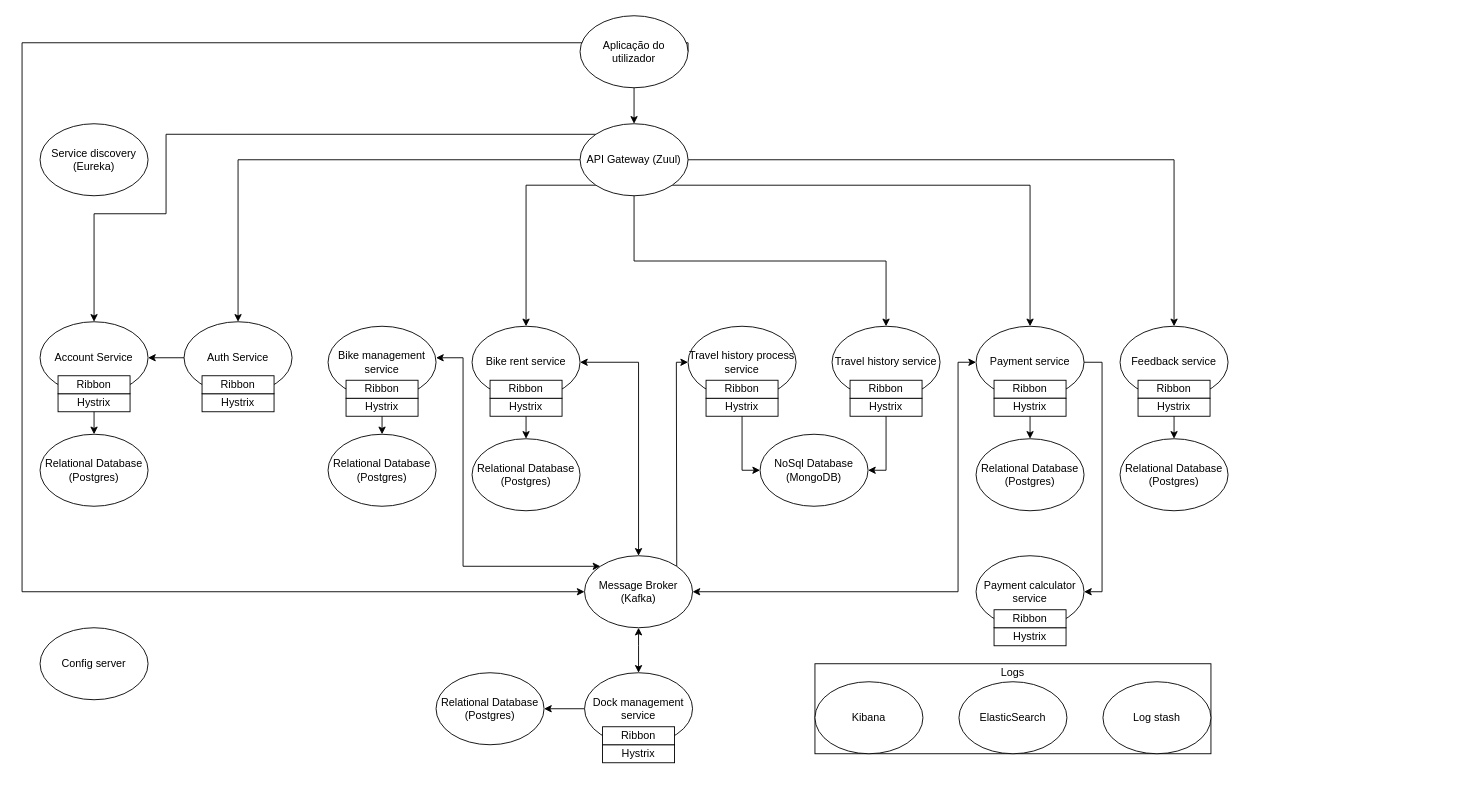
Before: architecture.drawio in danielpinto8zz6/BikeSharing, a draw.io diagram. Source tidied: cells renumbered, new cells numbered last; positions are measured from the earlier drawing's top-left corner, leaving out a move shared by most shapes. Both pictures are drawn from the tidied source at 90%, with x=0, y=0 at pixel (22, 15).
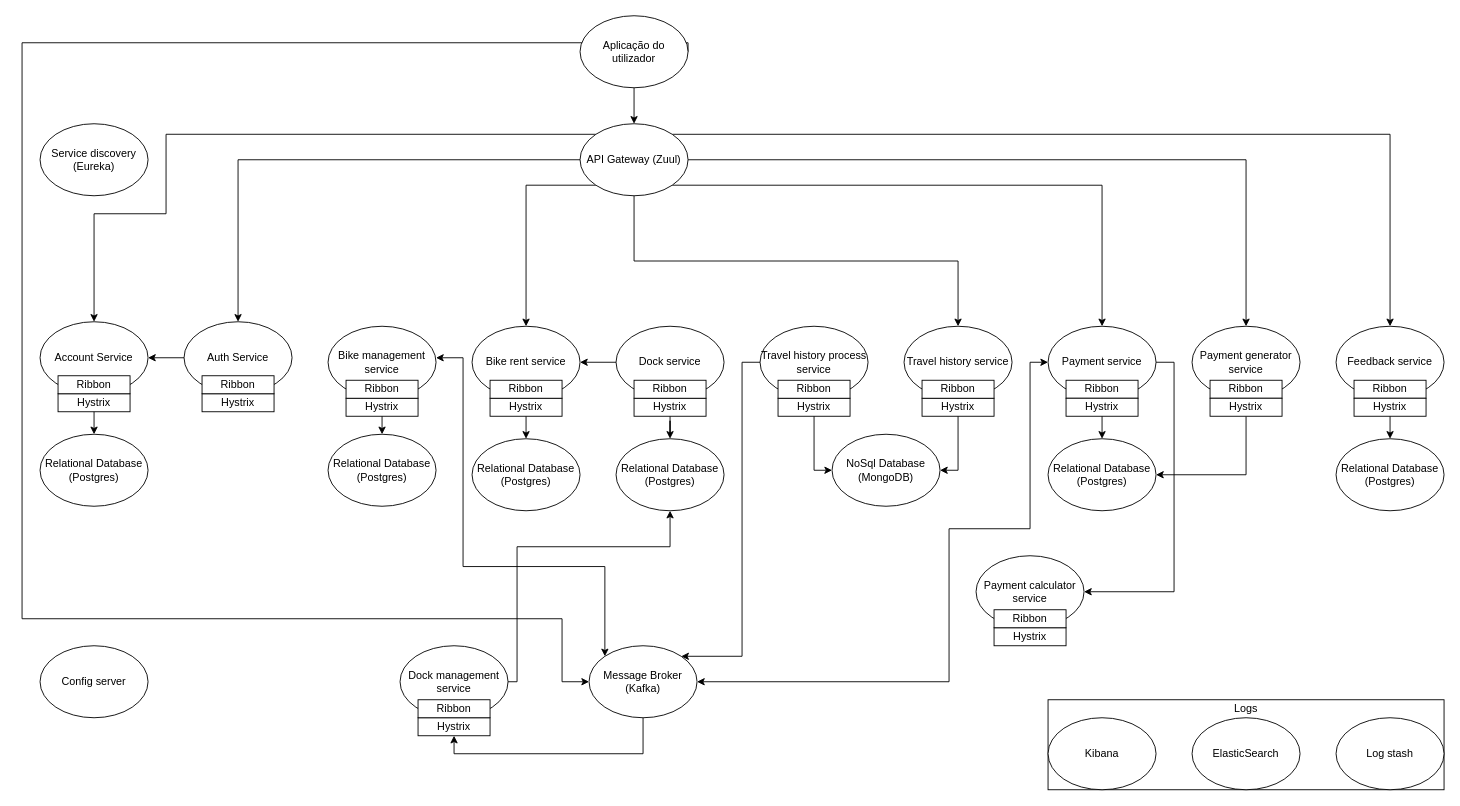
Above is the later version.

Commit message:
update design according to new architecture

Unchanged cells that the change refers to:
```xml
<mxCell id="4" value="Aplicação do utilizador" style="ellipse;whiteSpace=wrap;html=1;" parent="1" vertex="1">
  <mxGeometry x="620" width="120" height="80" as="geometry" />
</mxCell>
<mxCell id="12" value="API Gateway (Zuul)" style="ellipse;whiteSpace=wrap;html=1;" parent="1" vertex="1">
  <mxGeometry x="620" y="120" width="120" height="80" as="geometry" />
</mxCell>
<mxCell id="22" value="Bike rent service" style="ellipse;whiteSpace=wrap;html=1;" parent="1" vertex="1">
  <mxGeometry x="500" y="345" width="120" height="80" as="geometry" />
</mxCell>
<mxCell id="70" value="&lt;div&gt;Dock management service&lt;/div&gt;" style="ellipse;whiteSpace=wrap;html=1;" parent="69" vertex="1">
  <mxGeometry width="120" height="80" as="geometry" />
</mxCell>
<mxCell id="72" value="Hystrix" style="rounded=0;whiteSpace=wrap;html=1;" parent="71" vertex="1">
  <mxGeometry y="20" width="80" height="20" as="geometry" />
</mxCell>
```

Change to the diagram source:
```diff
@@
     <mxCell id="2" style="edgeStyle=orthogonalEdgeStyle;rounded=0;jettySize=auto;html=1;exitX=1;exitY=0.5;exitDx=0;exitDy=0;entryX=0;entryY=0.5;entryDx=0;entryDy=0;" parent="1" edge="1" source="4" target="44">
       <mxGeometry relative="1" as="geometry">
         <Array as="points">
           <mxPoint x="740" y="30" />
           <mxPoint y="30" />
-          <mxPoint y="640" />
+          <mxPoint y="670" />
+          <mxPoint x="600" y="670" />
+          <mxPoint x="600" y="740" />
         </Array>
       </mxGeometry>
     </mxCell>
@@
-    <mxCell id="10" style="edgeStyle=orthogonalEdgeStyle;rounded=0;jettySize=auto;html=1;exitX=1;exitY=0.5;exitDx=0;exitDy=0;" parent="1" edge="1" source="12" target="34">
+    <mxCell id="10" style="edgeStyle=orthogonalEdgeStyle;rounded=0;jettySize=auto;html=1;exitX=1;exitY=0;exitDx=0;exitDy=0;" parent="1" edge="1" source="12" target="34">
       <mxGeometry relative="1" as="geometry" />
     </mxCell>
@@
+    <mxCell id="81" style="edgeStyle=orthogonalEdgeStyle;rounded=0;jettySize=auto;html=1;entryX=0.5;entryY=0;entryDx=0;entryDy=0;" parent="1" edge="1" source="12" target="91">
+      <mxGeometry relative="1" as="geometry" />
+    </mxCell>
@@
     <mxCell id="19" value="Payment service" style="ellipse;whiteSpace=wrap;html=1;" parent="1" vertex="1">
-      <mxGeometry x="1060" y="345" width="120" height="80" as="geometry" />
+      <mxGeometry x="1140" y="345" width="120" height="80" as="geometry" />
     </mxCell>
     <mxCell id="20" value="Relational Database (Postgres)" style="ellipse;whiteSpace=wrap;html=1;" parent="1" vertex="1">
-      <mxGeometry x="1060" y="470" width="120" height="80" as="geometry" />
+      <mxGeometry x="1140" y="470" width="120" height="80" as="geometry" />
     </mxCell>
@@
     <mxCell id="24" style="group;" parent="1" vertex="1">
-      <mxGeometry x="881" y="740" width="440" height="80" as="geometry" />
+      <mxGeometry x="1140" y="780" width="440" height="80" as="geometry" />
     </mxCell>
@@
+    <mxCell id="82" style="edgeStyle=orthogonalEdgeStyle;rounded=0;jettySize=auto;html=1;exitX=0;exitY=0.5;exitDx=0;exitDy=0;entryX=1;entryY=0;entryDx=0;entryDy=0;" parent="1" edge="1" source="31" target="44">
+      <mxGeometry relative="1" as="geometry">
+        <Array as="points">
+          <mxPoint x="800" y="385" />
+          <mxPoint x="800" y="712" />
+        </Array>
+      </mxGeometry>
+    </mxCell>
     <mxCell id="31" value="Travel history process service" style="ellipse;whiteSpace=wrap;html=1;" parent="1" vertex="1">
-      <mxGeometry x="740" y="345" width="120" height="80" as="geometry" />
+      <mxGeometry x="820" y="345" width="120" height="80" as="geometry" />
     </mxCell>
     <mxCell id="32" style="edgeStyle=orthogonalEdgeStyle;rounded=0;jettySize=auto;html=1;" parent="1" edge="1" source="70" target="40">
-      <mxGeometry relative="1" as="geometry" />
+      <mxGeometry relative="1" as="geometry">
+        <Array as="points">
+          <mxPoint x="550" y="590" />
+          <mxPoint x="720" y="590" />
+        </Array>
+      </mxGeometry>
     </mxCell>
@@
     <mxCell id="34" value="Feedback service" style="ellipse;whiteSpace=wrap;html=1;" parent="1" vertex="1">
-      <mxGeometry x="1220" y="345" width="120" height="80" as="geometry" />
+      <mxGeometry x="1460" y="345" width="120" height="80" as="geometry" />
     </mxCell>
@@
     <mxCell id="37" value="Relational Database (Postgres)" style="ellipse;whiteSpace=wrap;html=1;" parent="1" vertex="1">
-      <mxGeometry x="1220" y="470" width="120" height="80" as="geometry" />
+      <mxGeometry x="1460" y="470" width="120" height="80" as="geometry" />
     </mxCell>
     <mxCell id="38" value="NoSql Database (MongoDB)" style="ellipse;whiteSpace=wrap;html=1;" parent="1" vertex="1">
-      <mxGeometry x="820" y="465" width="120" height="80" as="geometry" />
+      <mxGeometry x="900" y="465" width="120" height="80" as="geometry" />
     </mxCell>
@@
     <mxCell id="40" value="Relational Database (Postgres)" style="ellipse;whiteSpace=wrap;html=1;" parent="1" vertex="1">
-      <mxGeometry x="460" y="730" width="120" height="80" as="geometry" />
+      <mxGeometry x="660" y="470" width="120" height="80" as="geometry" />
     </mxCell>
@@
     <mxCell id="42" value="Travel history service" style="ellipse;whiteSpace=wrap;html=1;" parent="1" vertex="1">
-      <mxGeometry x="900" y="345" width="120" height="80" as="geometry" />
+      <mxGeometry x="980" y="345" width="120" height="80" as="geometry" />
     </mxCell>
-    <mxCell id="43" style="edgeStyle=elbowEdgeStyle;rounded=0;jettySize=auto;html=1;exitX=1;exitY=0;exitDx=0;exitDy=0;entryX=0;entryY=0.5;entryDx=0;entryDy=0;" parent="1" edge="1" source="44" target="31">
-      <mxGeometry relative="1" as="geometry">
-        <Array as="points">
-          <mxPoint x="727" y="520" />
-          <mxPoint x="720" y="500" />
-        </Array>
-      </mxGeometry>
-    </mxCell>
+    <mxCell id="83" style="edgeStyle=orthogonalEdgeStyle;rounded=0;jettySize=auto;html=1;exitX=0.5;exitY=1;exitDx=0;exitDy=0;entryX=0.5;entryY=1;entryDx=0;entryDy=0;" parent="1" edge="1" source="44" target="72">
+      <mxGeometry relative="1" as="geometry" />
+    </mxCell>
     <mxCell id="44" value="Message Broker (Kafka)" style="ellipse;whiteSpace=wrap;html=1;" parent="1" vertex="1">
-      <mxGeometry x="625" y="600" width="120" height="80" as="geometry" />
+      <mxGeometry x="630" y="700" width="120" height="80" as="geometry" />
     </mxCell>
@@
     <mxCell id="58" style="group;" parent="1" vertex="1">
-      <mxGeometry x="760" y="405" width="80" height="40" as="geometry" />
+      <mxGeometry x="840" y="405" width="80" height="40" as="geometry" />
     </mxCell>
@@
     <mxCell id="61" value="Hystrix" style="rounded=0;whiteSpace=wrap;html=1;" parent="1" vertex="1">
-      <mxGeometry x="920" y="425" width="80" height="20" as="geometry" />
+      <mxGeometry x="1000" y="425" width="80" height="20" as="geometry" />
     </mxCell>
     <mxCell id="62" value="Ribbon" style="rounded=0;whiteSpace=wrap;html=1;" parent="1" vertex="1">
-      <mxGeometry x="920" y="405" width="80" height="20" as="geometry" />
+      <mxGeometry x="1000" y="405" width="80" height="20" as="geometry" />
     </mxCell>
     <mxCell id="63" value="Ribbon" style="rounded=0;whiteSpace=wrap;html=1;" parent="1" vertex="1">
-      <mxGeometry x="1080" y="405" width="80" height="20" as="geometry" />
+      <mxGeometry x="1160" y="405" width="80" height="20" as="geometry" />
     </mxCell>
     <mxCell id="64" value="Hystrix" style="rounded=0;whiteSpace=wrap;html=1;" parent="1" vertex="1">
-      <mxGeometry x="1080" y="425" width="80" height="20" as="geometry" />
+      <mxGeometry x="1160" y="425" width="80" height="20" as="geometry" />
     </mxCell>
     <mxCell id="65" value="Ribbon" style="rounded=0;whiteSpace=wrap;html=1;" parent="1" vertex="1">
-      <mxGeometry x="1240" y="405" width="80" height="20" as="geometry" />
+      <mxGeometry x="1480" y="405" width="80" height="20" as="geometry" />
     </mxCell>
     <mxCell id="66" value="Hystrix" style="rounded=0;whiteSpace=wrap;html=1;" parent="1" vertex="1">
-      <mxGeometry x="1240" y="425" width="80" height="20" as="geometry" />
+      <mxGeometry x="1480" y="425" width="80" height="20" as="geometry" />
     </mxCell>
-    <mxCell id="67" style="endArrow=classic;startArrow=classic;html=1;entryX=1;entryY=0.5;entryDx=0;entryDy=0;edgeStyle=orthogonalEdgeStyle;exitX=0.5;exitY=0;exitDx=0;exitDy=0;rounded=0;" parent="1" edge="1" source="44" target="22">
-      <mxGeometry relative="1" as="geometry">
-        <Array as="points">
-          <mxPoint x="685" y="385" />
-        </Array>
-      </mxGeometry>
-    </mxCell>
-    <mxCell id="68" style="endArrow=classic;startArrow=classic;html=1;entryX=0.5;entryY=1;entryDx=0;entryDy=0;edgeStyle=orthogonalEdgeStyle;rounded=0;exitX=0.5;exitY=0;exitDx=0;exitDy=0;" parent="1" edge="1" source="70" target="44">
-      <mxGeometry relative="1" as="geometry">
-        <Array as="points">
-          <mxPoint x="685" y="700" />
-          <mxPoint x="685" y="700" />
-        </Array>
-      </mxGeometry>
-    </mxCell>
     <mxCell id="69" style="group;" parent="1" vertex="1">
-      <mxGeometry x="625" y="730" width="120" height="100" as="geometry" />
+      <mxGeometry x="420" y="700" width="120" height="100" as="geometry" />
     </mxCell>
@@
     <mxCell id="79" style="endArrow=classic;startArrow=classic;html=1;entryX=1;entryY=0.5;entryDx=0;entryDy=0;edgeStyle=orthogonalEdgeStyle;rounded=0;exitX=0;exitY=0.5;exitDx=0;exitDy=0;" parent="1" edge="1" source="19" target="44">
       <mxGeometry relative="1" as="geometry">
         <Array as="points">
-          <mxPoint x="1040" y="385" />
-          <mxPoint x="1040" y="640" />
+          <mxPoint x="1120" y="385" />
+          <mxPoint x="1120" y="570" />
+          <mxPoint x="1030" y="570" />
+          <mxPoint x="1030" y="740" />
         </Array>
       </mxGeometry>
     </mxCell>
     <mxCell id="80" value="Config server" style="ellipse;whiteSpace=wrap;html=1;" parent="1" vertex="1">
-      <mxGeometry x="20" y="680" width="120" height="80" as="geometry" />
+      <mxGeometry x="20" y="700" width="120" height="80" as="geometry" />
     </mxCell>
+    <mxCell id="84" style="group;" parent="1" vertex="1">
+      <mxGeometry x="660" y="345" width="120" height="100" as="geometry" />
+    </mxCell>
+    <mxCell id="85" value="&lt;div&gt;Dock service&lt;/div&gt;" style="ellipse;whiteSpace=wrap;html=1;" parent="84" vertex="1">
+      <mxGeometry width="120" height="80" as="geometry" />
+    </mxCell>
+    <mxCell id="86" style="group;" parent="84" vertex="1">
+      <mxGeometry x="20" y="60" width="80" height="40" as="geometry" />
+    </mxCell>
+    <mxCell id="87" value="Hystrix" style="rounded=0;whiteSpace=wrap;html=1;" parent="86" vertex="1">
+      <mxGeometry y="20" width="80" height="20" as="geometry" />
+    </mxCell>
+    <mxCell id="88" value="Ribbon" style="rounded=0;whiteSpace=wrap;html=1;" parent="86" vertex="1">
+      <mxGeometry width="80" height="20" as="geometry" />
+    </mxCell>
+    <mxCell id="89" style="edgeStyle=orthogonalEdgeStyle;rounded=0;jettySize=auto;html=1;exitX=0.5;exitY=1;exitDx=0;exitDy=0;" parent="1" edge="1" source="87" target="40">
+      <mxGeometry relative="1" as="geometry" />
+    </mxCell>
+    <mxCell id="90" style="edgeStyle=orthogonalEdgeStyle;rounded=0;jettySize=auto;html=1;exitX=0;exitY=0.5;exitDx=0;exitDy=0;entryX=1;entryY=0.5;entryDx=0;entryDy=0;" parent="1" edge="1" source="85" target="22">
+      <mxGeometry relative="1" as="geometry" />
+    </mxCell>
+    <mxCell id="91" value="Payment generator service" style="ellipse;whiteSpace=wrap;html=1;" parent="1" vertex="1">
+      <mxGeometry x="1300" y="345" width="120" height="80" as="geometry" />
+    </mxCell>
+    <mxCell id="92" value="Ribbon" style="rounded=0;whiteSpace=wrap;html=1;" parent="1" vertex="1">
+      <mxGeometry x="1320" y="405" width="80" height="20" as="geometry" />
+    </mxCell>
+    <mxCell id="93" style="edgeStyle=orthogonalEdgeStyle;rounded=0;jettySize=auto;html=1;entryX=1;entryY=0.5;entryDx=0;entryDy=0;" parent="1" edge="1" source="94" target="20">
+      <mxGeometry relative="1" as="geometry">
+        <Array as="points">
+          <mxPoint x="1360" y="510" />
+        </Array>
+      </mxGeometry>
+    </mxCell>
+    <mxCell id="94" value="Hystrix" style="rounded=0;whiteSpace=wrap;html=1;" parent="1" vertex="1">
+      <mxGeometry x="1320" y="425" width="80" height="20" as="geometry" />
+    </mxCell>
```
